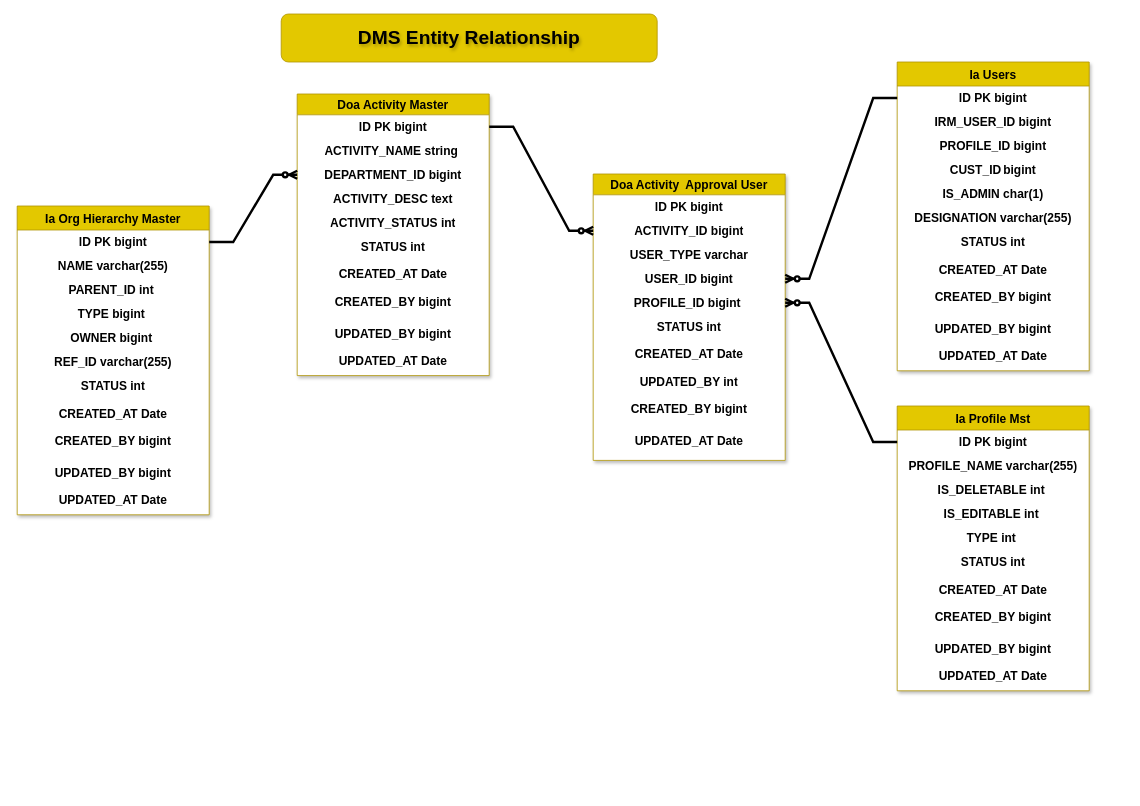
Above: Dms Entity RelationShip.drawio in apsingh911/draw.io (draw.io), before the change. Source tidied: cells renumbered, new cells numbered last; positions are measured from the earlier drawing's top-left corner, leaving out a move shared by most shapes. Both pictures are drawn from the tidied source at 80%, with x=0, y=0 at pixel (17, 14).
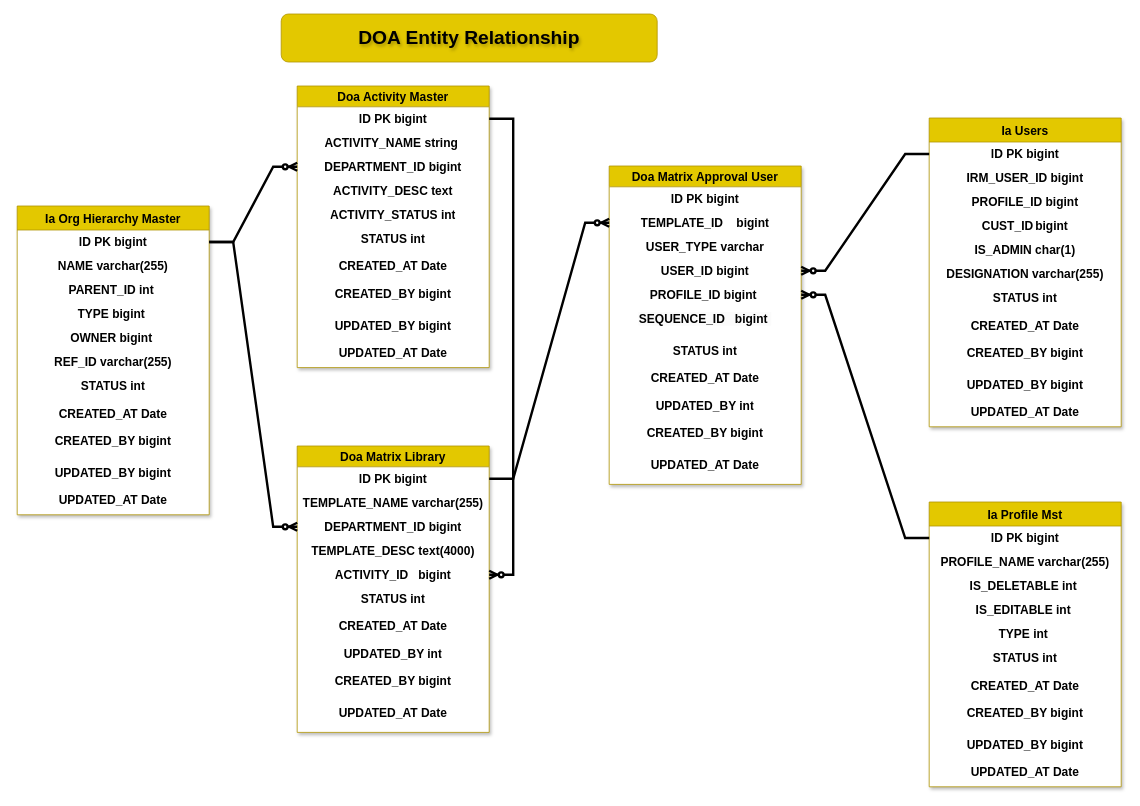
The same diagram, later.

Commit message:
Doa matrix table added

Unchanged cells that the change refers to:
```xml
<mxCell id="4" value="ID PK bigint" style="text;strokeColor=none;fillColor=none;spacingLeft=4;spacingRight=4;overflow=hidden;points=[[0,0.5],[1,0.5]];portConstraint=eastwest;fontSize=15;whiteSpace=wrap;html=1;align=center;labelBackgroundColor=none;fontStyle=1;" parent="3" vertex="1">
  <mxGeometry y="26" width="240" height="30" as="geometry" />
</mxCell>
<mxCell id="39" value="ID PK bigint" style="text;strokeColor=none;fillColor=none;spacingLeft=4;spacingRight=4;overflow=hidden;points=[[0,0.5],[1,0.5]];portConstraint=eastwest;fontSize=15;whiteSpace=wrap;html=1;align=center;labelBackgroundColor=none;fontStyle=1;" parent="38" vertex="1">
  <mxGeometry y="30" width="240" height="30" as="geometry" />
</mxCell>
```

What changed in the source:
```diff
@@
-    <mxCell id="2" value="&lt;span&gt;&lt;font style=&quot;font-size: 24px;&quot;&gt;DMS Entity Relationship&lt;/font&gt;&lt;/span&gt;" style="whiteSpace=wrap;html=1;fillColor=#e3c800;strokeColor=#B09500;fontColor=#000000;textShadow=1;labelBackgroundColor=none;labelBorderColor=none;rounded=1;align=center;fontStyle=1;" parent="1" vertex="1">
+    <mxCell id="2" value="&lt;span&gt;&lt;font style=&quot;font-size: 24px;&quot;&gt;DOA Entity Relationship&lt;/font&gt;&lt;/span&gt;" style="whiteSpace=wrap;html=1;fillColor=#e3c800;strokeColor=#B09500;fontColor=#000000;textShadow=1;labelBackgroundColor=none;labelBorderColor=none;rounded=1;align=center;fontStyle=1;" parent="1" vertex="1">
       <mxGeometry x="330" width="470" height="60" as="geometry" />
     </mxCell>
     <mxCell id="3" value="Doa Activity Master" style="swimlane;fontStyle=1;horizontal=1;startSize=26;align=center;fontSize=15;fillColor=#e3c800;strokeColor=#B09500;fontColor=#000000;shadow=1;rounded=0;swimlaneFillColor=default;gradientColor=none;labelBackgroundColor=none;" parent="1" vertex="1">
-      <mxGeometry x="350" y="100" width="240" height="352" as="geometry" />
+      <mxGeometry x="350" y="90" width="240" height="352" as="geometry" />
     </mxCell>
@@
-    <mxCell id="14" value="Doa Activity  Approval User" style="swimlane;fontStyle=1;horizontal=1;startSize=26;align=center;fontSize=15;fillColor=#e3c800;strokeColor=#B09500;fontColor=#000000;shadow=1;rounded=0;swimlaneFillColor=default;gradientColor=none;labelBackgroundColor=none;" parent="1" vertex="1">
-      <mxGeometry x="720" y="200" width="240" height="358" as="geometry" />
+    <mxCell id="14" value="Doa Matrix Approval User" style="swimlane;fontStyle=1;horizontal=1;startSize=26;align=center;fontSize=15;fillColor=#e3c800;strokeColor=#B09500;fontColor=#000000;shadow=1;rounded=0;swimlaneFillColor=default;gradientColor=none;labelBackgroundColor=none;" parent="1" vertex="1">
+      <mxGeometry x="740" y="190" width="240" height="398" as="geometry" />
     </mxCell>
@@
-    <mxCell id="16" value="ACTIVITY_ID bigint" style="text;strokeColor=none;fillColor=none;spacingLeft=4;spacingRight=4;overflow=hidden;points=[[0,0.5],[1,0.5]];portConstraint=eastwest;fontSize=15;whiteSpace=wrap;html=1;align=center;labelBackgroundColor=none;fontStyle=1;" parent="14" vertex="1">
+    <mxCell id="16" value="TEMPLATE_ID&amp;nbsp; &amp;nbsp;&amp;nbsp;bigint" style="text;strokeColor=none;fillColor=none;spacingLeft=4;spacingRight=4;overflow=hidden;points=[[0,0.5],[1,0.5]];portConstraint=eastwest;fontSize=15;whiteSpace=wrap;html=1;align=center;labelBackgroundColor=none;fontStyle=1;" parent="14" vertex="1">
       <mxGeometry y="56" width="240" height="30" as="geometry" />
     </mxCell>
@@
+    <mxCell id="64" value="&lt;span style=&quot;color: rgb(0, 0, 0); font-family: Helvetica; font-size: 15px; font-style: normal; font-variant-ligatures: normal; font-variant-caps: normal; font-weight: 700; letter-spacing: normal; orphans: 2; text-indent: 0px; text-transform: none; widows: 2; word-spacing: 0px; -webkit-text-stroke-width: 0px; white-space: normal; background-color: rgb(251, 251, 251); text-decoration-thickness: initial; text-decoration-style: initial; text-decoration-color: initial; float: none; display: inline !important;&quot;&gt;SEQUENCE_ID&amp;nbsp; &amp;nbsp;bigint&amp;nbsp;&lt;/span&gt;" style="text;whiteSpace=wrap;html=1;align=center;" parent="14" vertex="1">
+      <mxGeometry y="176" width="240" height="40" as="geometry" />
+    </mxCell>
     <mxCell id="20" value="&lt;span style=&quot;color: rgb(0, 0, 0); font-family: Helvetica; font-size: 15px; font-style: normal; font-variant-ligatures: normal; font-variant-caps: normal; letter-spacing: normal; orphans: 2; text-indent: 0px; text-transform: none; widows: 2; word-spacing: 0px; -webkit-text-stroke-width: 0px; white-space: normal; text-decoration-thickness: initial; text-decoration-style: initial; text-decoration-color: initial; float: none; display: inline !important;&quot;&gt;STATUS int&lt;/span&gt;&lt;div&gt;&lt;br&gt;&lt;/div&gt;" style="text;strokeColor=none;fillColor=none;spacingLeft=4;spacingRight=4;overflow=hidden;fontSize=15;whiteSpace=wrap;html=1;labelBackgroundColor=none;align=center;fontStyle=1;" parent="14" vertex="1">
-      <mxGeometry y="176" width="240" height="34" as="geometry" />
+      <mxGeometry y="216" width="240" height="34" as="geometry" />
     </mxCell>
     <mxCell id="21" value="CREATED_AT Date" style="text;strokeColor=none;fillColor=none;spacingLeft=4;spacingRight=4;overflow=hidden;fontSize=15;whiteSpace=wrap;html=1;align=center;labelBackgroundColor=none;fontStyle=1;" parent="14" vertex="1">
-      <mxGeometry y="210" width="240" height="34" as="geometry" />
+      <mxGeometry y="250" width="240" height="34" as="geometry" />
     </mxCell>
     <mxCell id="22" value="UPDATED_BY int" style="text;strokeColor=none;fillColor=none;spacingLeft=4;spacingRight=4;overflow=hidden;fontSize=15;whiteSpace=wrap;html=1;align=center;labelBackgroundColor=none;fontStyle=1;" parent="14" vertex="1">
-      <mxGeometry y="244" width="240" height="34" as="geometry" />
+      <mxGeometry y="284" width="240" height="34" as="geometry" />
     </mxCell>
     <mxCell id="23" value="&lt;span style=&quot;color: rgb(0, 0, 0); font-family: Helvetica; font-size: 15px; font-style: normal; font-variant-ligatures: normal; font-variant-caps: normal; letter-spacing: normal; orphans: 2; text-indent: 0px; text-transform: none; widows: 2; word-spacing: 0px; -webkit-text-stroke-width: 0px; white-space: normal; text-decoration-thickness: initial; text-decoration-style: initial; text-decoration-color: initial; float: none; display: inline !important;&quot;&gt;CREATED_BY bigint&lt;/span&gt;" style="text;whiteSpace=wrap;html=1;labelBackgroundColor=none;align=center;fontStyle=1;" parent="14" vertex="1">
-      <mxGeometry y="278" width="240" height="40" as="geometry" />
+      <mxGeometry y="318" width="240" height="40" as="geometry" />
     </mxCell>
     <mxCell id="24" value="&lt;span style=&quot;color: rgb(0, 0, 0); font-family: Helvetica; font-size: 15px; font-style: normal; font-variant-ligatures: normal; font-variant-caps: normal; letter-spacing: normal; orphans: 2; text-indent: 0px; text-transform: none; widows: 2; word-spacing: 0px; -webkit-text-stroke-width: 0px; white-space: normal; text-decoration-thickness: initial; text-decoration-style: initial; text-decoration-color: initial; float: none; display: inline !important;&quot;&gt;UPDATED_AT Date&lt;/span&gt;" style="text;whiteSpace=wrap;html=1;labelBackgroundColor=none;align=center;fontStyle=1;" parent="14" vertex="1">
-      <mxGeometry y="318" width="240" height="40" as="geometry" />
+      <mxGeometry y="358" width="240" height="40" as="geometry" />
     </mxCell>
-    <mxCell id="25" style="edgeStyle=entityRelationEdgeStyle;fontSize=12;html=1;endArrow=ERzeroToMany;endFill=1;rounded=0;entryX=0;entryY=0.5;entryDx=0;entryDy=0;exitX=1;exitY=0.5;exitDx=0;exitDy=0;align=center;labelBackgroundColor=none;fontStyle=1;strokeWidth=3;" parent="1" edge="1" source="4" target="16">
-      <mxGeometry relative="1" as="geometry" />
-    </mxCell>
     <mxCell id="26" value="Ia Profile Mst" style="swimlane;fontStyle=1;horizontal=1;startSize=30;align=center;fontSize=15;fillColor=#e3c800;strokeColor=#B09500;fontColor=#000000;shadow=1;rounded=0;swimlaneFillColor=default;gradientColor=none;labelBackgroundColor=none;" parent="1" vertex="1">
-      <mxGeometry x="1100" y="490" width="240" height="356" as="geometry" />
+      <mxGeometry x="1140" y="610" width="240" height="356" as="geometry" />
     </mxCell>
@@
     <mxCell id="51" value="Ia Users" style="swimlane;fontStyle=1;horizontal=1;startSize=30;align=center;fontSize=15;fillColor=#e3c800;strokeColor=#B09500;fontColor=#000000;shadow=1;rounded=0;swimlaneFillColor=default;gradientColor=none;labelBackgroundColor=none;" parent="1" vertex="1">
-      <mxGeometry x="1100" y="60" width="240" height="386" as="geometry" />
+      <mxGeometry x="1140" y="130" width="240" height="386" as="geometry" />
     </mxCell>
@@
+    <mxCell id="65" value="Doa Matrix Library" style="swimlane;fontStyle=1;horizontal=1;startSize=26;align=center;fontSize=15;fillColor=#e3c800;strokeColor=#B09500;fontColor=#000000;shadow=1;rounded=0;swimlaneFillColor=default;gradientColor=none;labelBackgroundColor=none;" parent="1" vertex="1">
+      <mxGeometry x="350" y="540" width="240" height="358" as="geometry" />
+    </mxCell>
+    <mxCell id="66" value="ID PK bigint" style="text;strokeColor=none;fillColor=none;spacingLeft=4;spacingRight=4;overflow=hidden;points=[[0,0.5],[1,0.5]];portConstraint=eastwest;fontSize=15;whiteSpace=wrap;html=1;align=center;labelBackgroundColor=none;fontStyle=1;" parent="65" vertex="1">
+      <mxGeometry y="26" width="240" height="30" as="geometry" />
+    </mxCell>
+    <mxCell id="67" value="TEMPLATE_NAME varchar(255)" style="text;strokeColor=none;fillColor=none;spacingLeft=4;spacingRight=4;overflow=hidden;fontSize=15;whiteSpace=wrap;html=1;align=center;labelBackgroundColor=none;fontStyle=1;" parent="65" vertex="1">
+      <mxGeometry y="56" width="240" height="30" as="geometry" />
+    </mxCell>
+    <mxCell id="68" value="DEPARTMENT_ID bigint" style="text;strokeColor=none;fillColor=none;spacingLeft=4;spacingRight=4;overflow=hidden;points=[[0,0.5],[1,0.5]];portConstraint=eastwest;fontSize=15;whiteSpace=wrap;html=1;align=center;labelBackgroundColor=none;fontStyle=1;" parent="65" vertex="1">
+      <mxGeometry y="86" width="240" height="30" as="geometry" />
+    </mxCell>
+    <mxCell id="69" value="TEMPLATE_DESC text(4000)" style="text;strokeColor=none;fillColor=none;spacingLeft=4;spacingRight=4;overflow=hidden;fontSize=15;whiteSpace=wrap;html=1;align=center;labelBackgroundColor=none;fontStyle=1;" parent="65" vertex="1">
+      <mxGeometry y="116" width="240" height="30" as="geometry" />
+    </mxCell>
+    <mxCell id="70" value="ACTIVITY_ID&amp;nbsp; &amp;nbsp;bigint" style="text;strokeColor=none;fillColor=none;spacingLeft=4;spacingRight=4;overflow=hidden;points=[[0,0.5],[1,0.5]];portConstraint=eastwest;fontSize=15;whiteSpace=wrap;html=1;align=center;labelBackgroundColor=none;fontStyle=1;" parent="65" vertex="1">
+      <mxGeometry y="146" width="240" height="30" as="geometry" />
+    </mxCell>
+    <mxCell id="71" value="&lt;span style=&quot;color: rgb(0, 0, 0); font-family: Helvetica; font-size: 15px; font-style: normal; font-variant-ligatures: normal; font-variant-caps: normal; letter-spacing: normal; orphans: 2; text-indent: 0px; text-transform: none; widows: 2; word-spacing: 0px; -webkit-text-stroke-width: 0px; white-space: normal; text-decoration-thickness: initial; text-decoration-style: initial; text-decoration-color: initial; float: none; display: inline !important;&quot;&gt;STATUS int&lt;/span&gt;&lt;div&gt;&lt;br&gt;&lt;/div&gt;" style="text;strokeColor=none;fillColor=none;spacingLeft=4;spacingRight=4;overflow=hidden;fontSize=15;whiteSpace=wrap;html=1;labelBackgroundColor=none;align=center;fontStyle=1;" parent="65" vertex="1">
+      <mxGeometry y="176" width="240" height="34" as="geometry" />
+    </mxCell>
+    <mxCell id="72" value="CREATED_AT Date" style="text;strokeColor=none;fillColor=none;spacingLeft=4;spacingRight=4;overflow=hidden;fontSize=15;whiteSpace=wrap;html=1;align=center;labelBackgroundColor=none;fontStyle=1;" parent="65" vertex="1">
+      <mxGeometry y="210" width="240" height="34" as="geometry" />
+    </mxCell>
+    <mxCell id="73" value="UPDATED_BY int" style="text;strokeColor=none;fillColor=none;spacingLeft=4;spacingRight=4;overflow=hidden;fontSize=15;whiteSpace=wrap;html=1;align=center;labelBackgroundColor=none;fontStyle=1;" parent="65" vertex="1">
+      <mxGeometry y="244" width="240" height="34" as="geometry" />
+    </mxCell>
+    <mxCell id="74" value="&lt;span style=&quot;color: rgb(0, 0, 0); font-family: Helvetica; font-size: 15px; font-style: normal; font-variant-ligatures: normal; font-variant-caps: normal; letter-spacing: normal; orphans: 2; text-indent: 0px; text-transform: none; widows: 2; word-spacing: 0px; -webkit-text-stroke-width: 0px; white-space: normal; text-decoration-thickness: initial; text-decoration-style: initial; text-decoration-color: initial; float: none; display: inline !important;&quot;&gt;CREATED_BY bigint&lt;/span&gt;" style="text;whiteSpace=wrap;html=1;labelBackgroundColor=none;align=center;fontStyle=1;" parent="65" vertex="1">
+      <mxGeometry y="278" width="240" height="40" as="geometry" />
+    </mxCell>
+    <mxCell id="75" value="&lt;span style=&quot;color: rgb(0, 0, 0); font-family: Helvetica; font-size: 15px; font-style: normal; font-variant-ligatures: normal; font-variant-caps: normal; letter-spacing: normal; orphans: 2; text-indent: 0px; text-transform: none; widows: 2; word-spacing: 0px; -webkit-text-stroke-width: 0px; white-space: normal; text-decoration-thickness: initial; text-decoration-style: initial; text-decoration-color: initial; float: none; display: inline !important;&quot;&gt;UPDATED_AT Date&lt;/span&gt;" style="text;whiteSpace=wrap;html=1;labelBackgroundColor=none;align=center;fontStyle=1;" parent="65" vertex="1">
+      <mxGeometry y="318" width="240" height="40" as="geometry" />
+    </mxCell>
+    <mxCell id="76" style="edgeStyle=entityRelationEdgeStyle;fontSize=12;html=1;endArrow=ERzeroToMany;endFill=1;rounded=0;entryX=0;entryY=0.5;entryDx=0;entryDy=0;strokeWidth=3;" parent="1" edge="1" source="39" target="68">
+      <mxGeometry relative="1" as="geometry">
+        <Array as="points">
+          <mxPoint x="540" y="675" />
+          <mxPoint x="510" y="290" />
+          <mxPoint x="510" y="320" />
+          <mxPoint x="510" y="300" />
+        </Array>
+      </mxGeometry>
+    </mxCell>
+    <mxCell id="77" style="edgeStyle=entityRelationEdgeStyle;fontSize=12;html=1;endArrow=ERzeroToMany;endFill=1;rounded=0;entryX=0;entryY=0.5;entryDx=0;entryDy=0;exitX=1;exitY=0.5;exitDx=0;exitDy=0;strokeWidth=3;" parent="1" edge="1" source="66" target="16">
+      <mxGeometry relative="1" as="geometry" />
+    </mxCell>
+    <mxCell id="78" style="edgeStyle=entityRelationEdgeStyle;fontSize=12;html=1;endArrow=ERzeroToMany;endFill=1;rounded=0;entryX=1;entryY=0.5;entryDx=0;entryDy=0;exitX=1;exitY=0.5;exitDx=0;exitDy=0;strokeWidth=3;" parent="1" edge="1" source="4" target="70">
+      <mxGeometry relative="1" as="geometry">
+        <Array as="points">
+          <mxPoint x="610" y="446" />
+          <mxPoint x="630" y="422" />
+          <mxPoint x="650" y="432" />
+          <mxPoint x="650" y="442" />
+          <mxPoint x="640" y="422" />
+          <mxPoint x="640" y="452" />
+        </Array>
+      </mxGeometry>
+    </mxCell>
```
